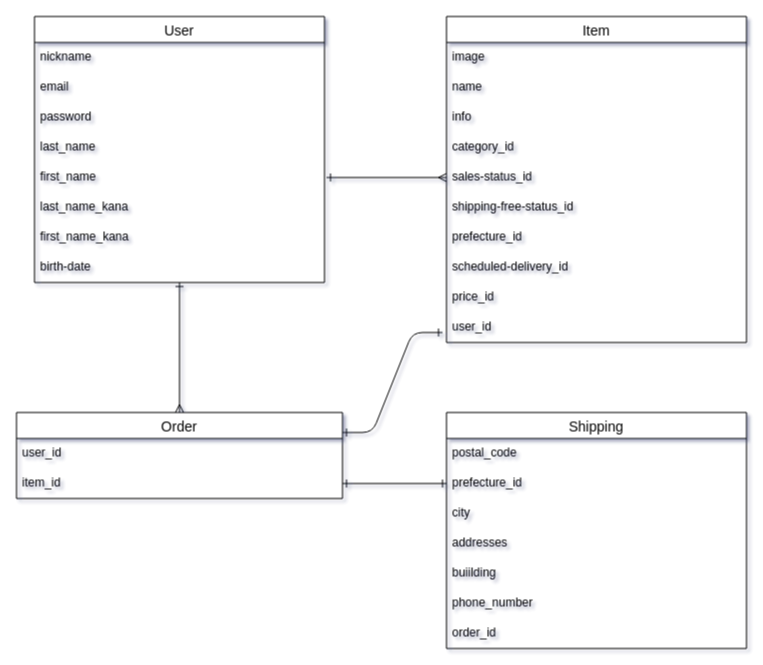
Before: frima.dio in saxtuchi/furima-38417, a draw.io diagram. Source tidied: cells renumbered, new cells numbered last; positions are measured from the earlier drawing's top-left corner, leaving out a move shared by most shapes. Both pictures are drawn from the tidied source at 100%, with x=0, y=0 at pixel (16, 16).
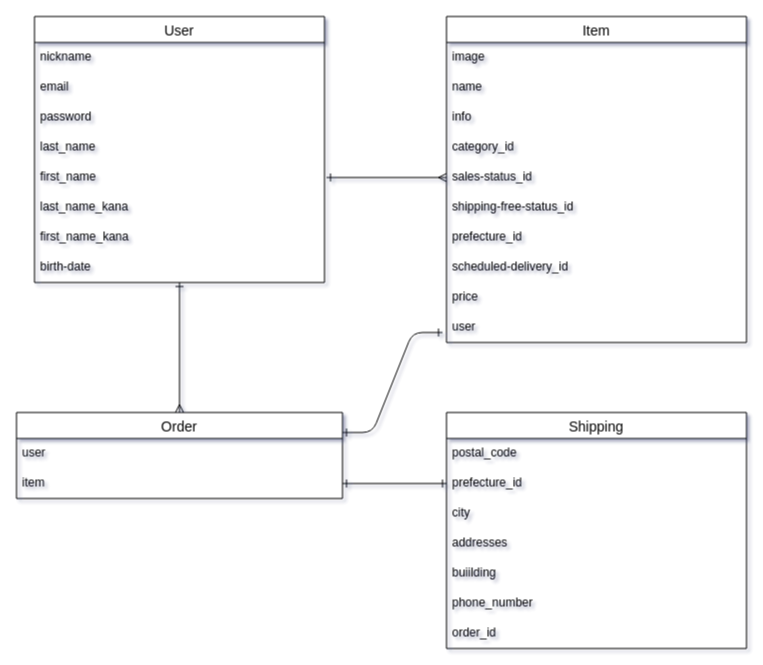
The same diagram, later.

Unchanged cells that the change refers to:
```xml
<mxCell id="12" value="Item" style="swimlane;fontStyle=0;horizontal=1;startSize=26;align=center;fontSize=14;" parent="1" vertex="1">
  <mxGeometry x="430" width="300" height="326" as="geometry" />
</mxCell>
<mxCell id="24" value="Order" style="swimlane;fontStyle=0;horizontal=1;startSize=26;align=center;fontSize=14;" parent="1" vertex="1">
  <mxGeometry y="396" width="326" height="86" as="geometry" />
</mxCell>
```

Change to the diagram source:
```diff
@@
-    <mxCell id="21" value="price_id" style="text;strokeColor=none;fillColor=none;spacingLeft=4;spacingRight=4;overflow=hidden;fontSize=12;" parent="12" vertex="1">
+    <mxCell id="21" value="price" style="text;strokeColor=none;fillColor=none;spacingLeft=4;spacingRight=4;overflow=hidden;fontSize=12;" parent="12" vertex="1">
       <mxGeometry y="266" width="300" height="30" as="geometry" />
     </mxCell>
-    <mxCell id="22" value="user_id" style="text;strokeColor=none;fillColor=none;spacingLeft=4;spacingRight=4;overflow=hidden;fontSize=12;" parent="12" vertex="1">
+    <mxCell id="22" value="user" style="text;strokeColor=none;fillColor=none;spacingLeft=4;spacingRight=4;overflow=hidden;fontSize=12;" parent="12" vertex="1">
       <mxGeometry y="296" width="300" height="30" as="geometry" />
     </mxCell>
@@
-    <mxCell id="25" value="user_id" style="text;strokeColor=none;fillColor=none;spacingLeft=4;spacingRight=4;overflow=hidden;fontSize=12;" parent="24" vertex="1">
+    <mxCell id="25" value="user" style="text;strokeColor=none;fillColor=none;spacingLeft=4;spacingRight=4;overflow=hidden;fontSize=12;" parent="24" vertex="1">
       <mxGeometry y="26" width="326" height="30" as="geometry" />
     </mxCell>
-    <mxCell id="26" value="item_id" style="text;strokeColor=none;fillColor=none;spacingLeft=4;spacingRight=4;overflow=hidden;points=[[0,0.5],[1,0.5]];portConstraint=eastwest;fontSize=12;" parent="24" vertex="1">
+    <mxCell id="26" value="item" style="text;strokeColor=none;fillColor=none;spacingLeft=4;spacingRight=4;overflow=hidden;points=[[0,0.5],[1,0.5]];portConstraint=eastwest;fontSize=12;" parent="24" vertex="1">
       <mxGeometry y="56" width="326" height="30" as="geometry" />
     </mxCell>
```
